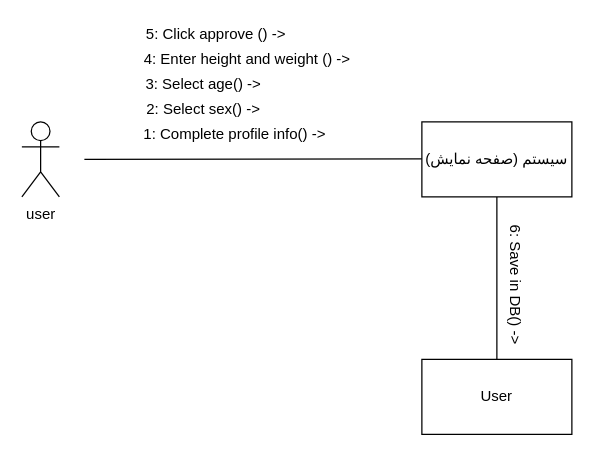
Before: Docs./CommunicationDiagram-Completepfinfo.drawio in ShadiMe-flutter/Workout, a draw.io diagram. Source tidied: cells renumbered, new cells numbered last; positions are measured from the earlier drawing's top-left corner, leaving out a move shared by most shapes. Both pictures are drawn from the tidied source at 125%, with x=0, y=0 at pixel (21, 21).
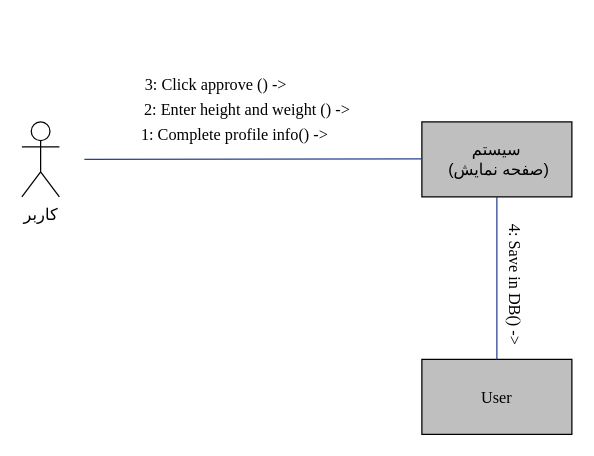
Above is the later version.

What changed in the source:
```diff
@@
 <mxGraphModel>
   <root>
     <mxCell id="0" />
     <mxCell id="1" parent="0" />
-    <mxCell id="2" value="user" style="shape=umlActor;verticalLabelPosition=bottom;verticalAlign=top;html=1;" parent="1" vertex="1">
+    <mxCell id="2" value="&lt;font style=&quot;font-size: 13px&quot; face=&quot;B Zar&quot;&gt;کاربر&lt;/font&gt;" style="shape=umlActor;verticalLabelPosition=bottom;verticalAlign=top;html=1;" parent="1" vertex="1">
       <mxGeometry y="80" width="30" height="60" as="geometry" />
     </mxCell>
-    <mxCell id="3" value="سیستم (صفحه نمایش)" style="rounded=0;whiteSpace=wrap;html=1;" parent="1" vertex="1">
+    <mxCell id="3" value="&lt;font face=&quot;B Zar&quot; style=&quot;font-size: 13px&quot;&gt;سیستم&lt;br&gt;&amp;nbsp;(صفحه نمایش)&lt;/font&gt;" style="rounded=0;whiteSpace=wrap;html=1;align=center;fillColor=#BFBFBF;" parent="1" vertex="1">
       <mxGeometry x="320" y="80" width="120" height="60" as="geometry" />
     </mxCell>
-    <mxCell id="4" value="User" style="rounded=0;whiteSpace=wrap;html=1;" parent="1" vertex="1">
+    <mxCell id="4" value="&lt;font face=&quot;Times New Roman&quot; style=&quot;font-size: 13px&quot;&gt;User&lt;/font&gt;" style="rounded=0;whiteSpace=wrap;html=1;fillColor=#BFBFBF;" parent="1" vertex="1">
       <mxGeometry x="320" y="270" width="120" height="60" as="geometry" />
     </mxCell>
-    <mxCell id="5" style="endArrow=none;html=1;" parent="1" edge="1">
+    <mxCell id="5" style="endArrow=none;html=1;strokeColor=#28408E;" parent="1" edge="1">
       <mxGeometry relative="1" as="geometry">
         <mxPoint x="50" y="110" as="sourcePoint" />
         <mxPoint x="320" y="109.5" as="targetPoint" />
       </mxGeometry>
     </mxCell>
-    <mxCell id="6" style="endArrow=none;html=1;exitX=0.5;exitY=0;exitDx=0;exitDy=0;entryX=0.5;entryY=1;entryDx=0;entryDy=0;" parent="1" edge="1" source="4" target="3">
+    <mxCell id="6" style="endArrow=none;html=1;exitX=0.5;exitY=0;exitDx=0;exitDy=0;entryX=0.5;entryY=1;entryDx=0;entryDy=0;strokeColor=#28408E;" parent="1" edge="1" source="4" target="3">
       <mxGeometry relative="1" as="geometry" />
     </mxCell>
-    <mxCell id="7" value="1: Complete profile info() -&amp;gt;" style="text;html=1;align=center;verticalAlign=middle;" parent="1" vertex="1">
+    <mxCell id="7" value="&lt;font face=&quot;Times New Roman&quot; style=&quot;font-size: 13px&quot;&gt;1: Complete profile info() -&amp;gt;&lt;/font&gt;" style="text;html=1;align=center;verticalAlign=middle;" parent="1" vertex="1">
       <mxGeometry x="90" y="80" width="160" height="20" as="geometry" />
     </mxCell>
-    <mxCell id="8" value="2: Select sex() -&amp;gt;" style="text;html=1;align=center;verticalAlign=middle;" parent="1" vertex="1">
-      <mxGeometry x="90" y="60" width="110" height="20" as="geometry" />
+    <mxCell id="8" value="&lt;font face=&quot;Times New Roman&quot; style=&quot;font-size: 13px&quot;&gt;2: Enter height and weight () -&amp;gt;&lt;/font&gt;" style="text;html=1;align=center;verticalAlign=middle;" parent="1" vertex="1">
+      <mxGeometry x="90" y="60" width="180" height="20" as="geometry" />
     </mxCell>
-    <mxCell id="9" value="3: Select age() -&amp;gt;" style="text;html=1;align=center;verticalAlign=middle;" parent="1" vertex="1">
-      <mxGeometry x="90" y="40" width="110" height="20" as="geometry" />
-    </mxCell>
-    <mxCell id="10" value="6: Save in DB() -&amp;gt;" style="text;html=1;align=center;verticalAlign=middle;rotation=90;" parent="1" vertex="1">
+    <mxCell id="10" value="&lt;font face=&quot;Times New Roman&quot; style=&quot;font-size: 13px&quot;&gt;4: Save in DB() -&amp;gt;&lt;/font&gt;" style="text;html=1;align=center;verticalAlign=middle;rotation=90;" parent="1" vertex="1">
       <mxGeometry x="340" y="200" width="110" height="20" as="geometry" />
     </mxCell>
-    <mxCell id="11" value="4: Enter height and weight () -&amp;gt;" style="text;html=1;align=center;verticalAlign=middle;" parent="1" vertex="1">
-      <mxGeometry x="90" y="20" width="180" height="20" as="geometry" />
-    </mxCell>
-    <mxCell id="12" value="5: Click approve () -&amp;gt;" style="text;html=1;align=center;verticalAlign=middle;" parent="1" vertex="1">
-      <mxGeometry x="90" width="130" height="20" as="geometry" />
+    <mxCell id="12" value="&lt;font face=&quot;Times New Roman&quot; style=&quot;font-size: 13px&quot;&gt;3: Click approve () -&amp;gt;&lt;/font&gt;" style="text;html=1;align=center;verticalAlign=middle;" parent="1" vertex="1">
+      <mxGeometry x="90" y="40" width="130" height="20" as="geometry" />
     </mxCell>
   </root>
 </mxGraphModel>
```
